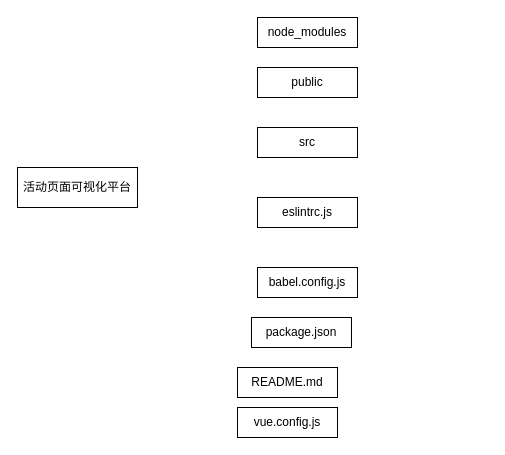
Earlier version of the draw.io diagram 前端和后端项目结构图.drawio (yuxinyu12345/diagrams). Source tidied: cells renumbered, new cells numbered last; positions are measured from the earlier drawing's top-left corner, leaving out a move shared by most shapes. Both pictures are drawn from the tidied source at 100%, with x=0, y=0 at pixel (17, 17).
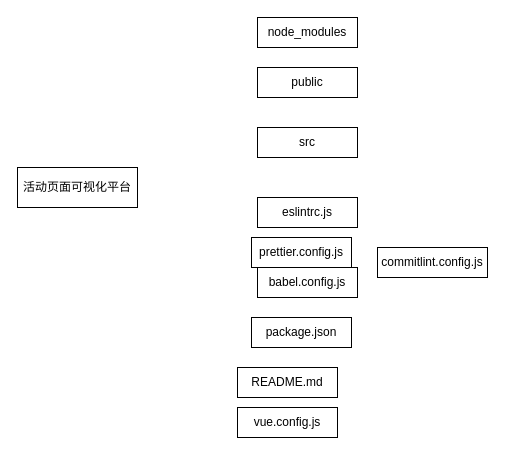
The same page after the edit.

Commit message (it also covers changes not shown here):
更新前端和后端项目结构图.drawio

The edit, as a diff of the source:
```diff
@@
 <mxGraphModel>
   <root>
     <mxCell id="0" />
     <mxCell id="1" parent="0" />
     <mxCell id="2" value="活动页面可视化平台" style="rounded=0;whiteSpace=wrap;html=1;" parent="1" vertex="1">
       <mxGeometry y="150" width="120" height="40" as="geometry" />
     </mxCell>
     <mxCell id="3" value="node_modules" style="rounded=0;whiteSpace=wrap;html=1;" parent="1" vertex="1">
       <mxGeometry x="240" width="100" height="30" as="geometry" />
     </mxCell>
     <mxCell id="4" value="public" style="rounded=0;whiteSpace=wrap;html=1;" parent="1" vertex="1">
       <mxGeometry x="240" y="50" width="100" height="30" as="geometry" />
     </mxCell>
     <mxCell id="5" value="src" style="rounded=0;whiteSpace=wrap;html=1;" parent="1" vertex="1">
       <mxGeometry x="240" y="110" width="100" height="30" as="geometry" />
     </mxCell>
     <mxCell id="6" value="eslintrc.js" style="rounded=0;whiteSpace=wrap;html=1;" parent="1" vertex="1">
       <mxGeometry x="240" y="180" width="100" height="30" as="geometry" />
     </mxCell>
     <mxCell id="7" value="babel.config.js" style="rounded=0;whiteSpace=wrap;html=1;" parent="1" vertex="1">
       <mxGeometry x="240" y="250" width="100" height="30" as="geometry" />
     </mxCell>
     <mxCell id="8" value="package.json" style="rounded=0;whiteSpace=wrap;html=1;" parent="1" vertex="1">
       <mxGeometry x="234" y="300" width="100" height="30" as="geometry" />
     </mxCell>
     <mxCell id="9" value="README.md" style="rounded=0;whiteSpace=wrap;html=1;" parent="1" vertex="1">
       <mxGeometry x="220" y="350" width="100" height="30" as="geometry" />
     </mxCell>
     <mxCell id="10" value="vue.config.js" style="rounded=0;whiteSpace=wrap;html=1;" parent="1" vertex="1">
       <mxGeometry x="220" y="390" width="100" height="30" as="geometry" />
     </mxCell>
+    <mxCell id="11" value="prettier.config.js" style="rounded=0;whiteSpace=wrap;html=1;" parent="1" vertex="1">
+      <mxGeometry x="234" y="220" width="100" height="30" as="geometry" />
+    </mxCell>
+    <mxCell id="12" value="commitlint.config.js" style="rounded=0;whiteSpace=wrap;html=1;" parent="1" vertex="1">
+      <mxGeometry x="360" y="230" width="110" height="30" as="geometry" />
+    </mxCell>
   </root>
 </mxGraphModel>
```
